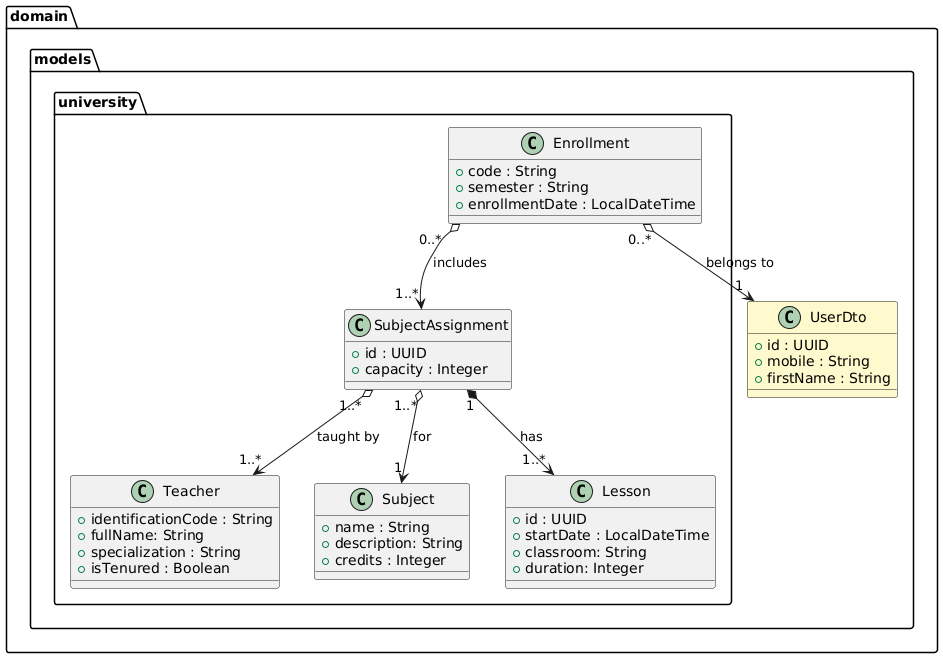
Above: docs/university.png in miw-upm/apaw-practice (PlantUML), before the change.
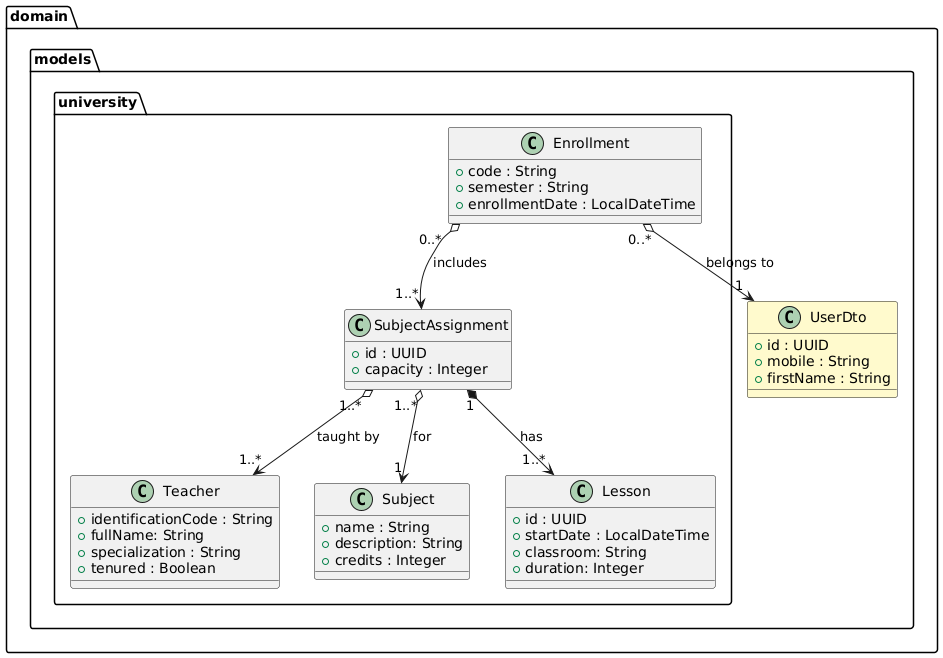
The same file after the commit.

Commit message:
isTenured changed to tenured in university model #1156

The edit, as a diff of the source:
```diff
@@ -12,7 +12,7 @@
         +identificationCode : String
         +fullName: String
         +specialization : String
-        +isTenured : Boolean
+        +tenured : Boolean
       }
 
       class Subject {
```
